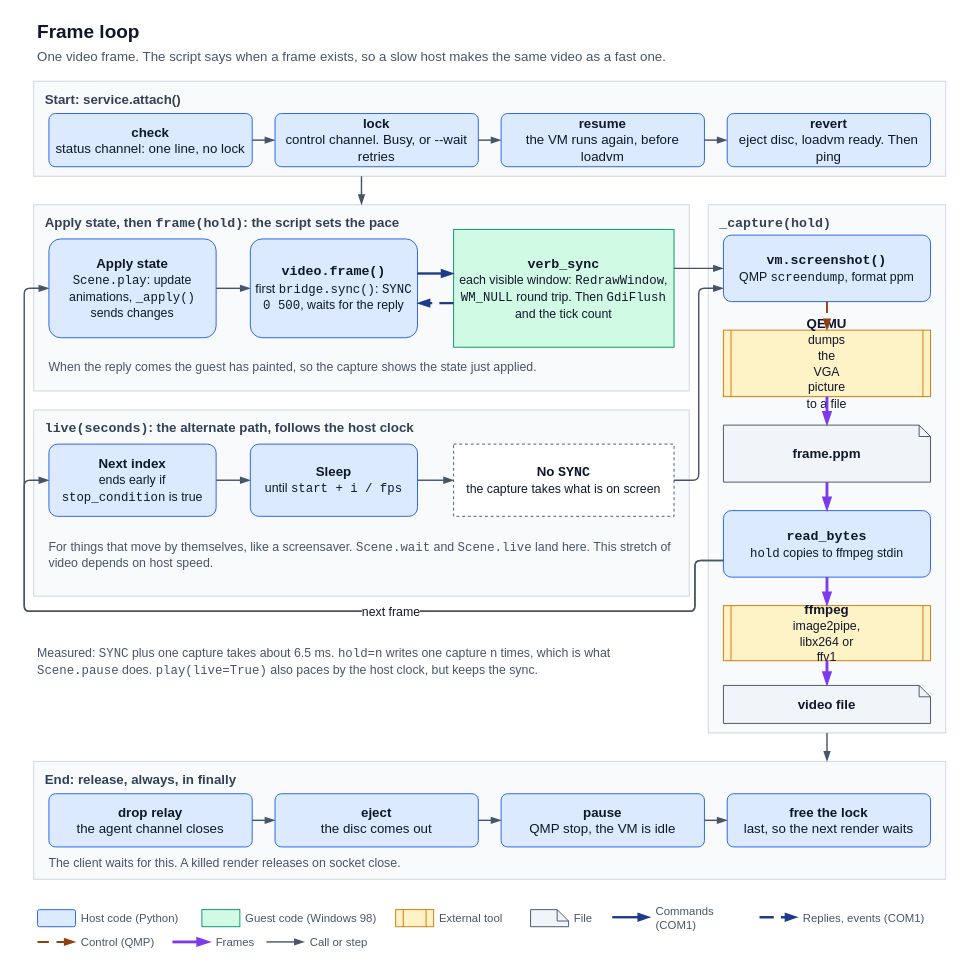
StanLukuvka/98artware keeps this draw.io diagram as docs/diagrams/frame-loop.drawio. Above is the earlier version. Source tidied: cells renumbered, new cells numbered last; positions are measured from the earlier drawing's top-left corner, leaving out a move shared by most shapes. Both pictures are drawn from the tidied source at 95%, with x=0, y=0 at pixel (24, 16).
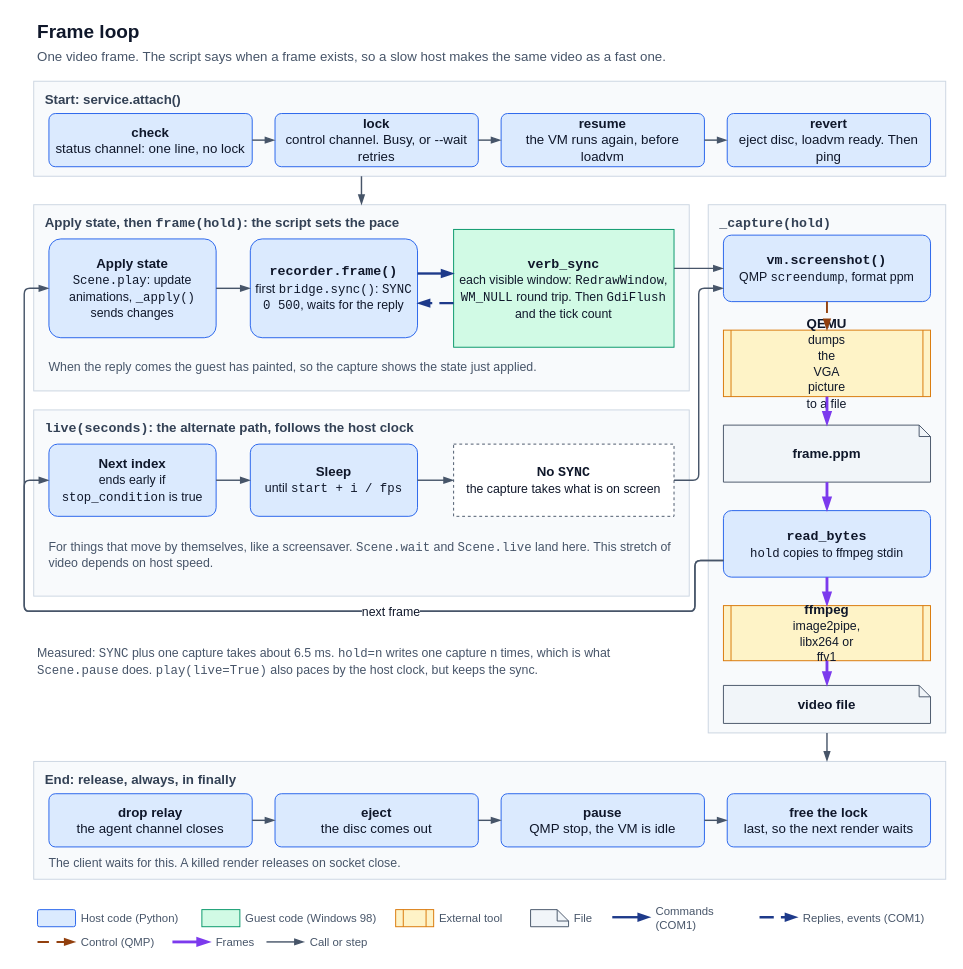
The same diagram, later.

The change refers to these unchanged cells:
```xml
<mxCell id="4" value="Apply state, then &lt;font face=&quot;Courier New&quot;&gt;frame(hold)&lt;/font&gt;: the script sets the pace" style="fillColor=#F8FAFC;strokeColor=#CBD5E1;fontColor=#334155;rounded=0;whiteSpace=wrap;html=1;fontFamily=Helvetica;fontSize=14;fontStyle=1;align=left;verticalAlign=top;spacingLeft=10;spacingTop=4;" parent="1" vertex="1">
  <mxGeometry x="10" y="198" width="690" height="196" as="geometry" />
</mxCell>
```

What changed in the source:
```diff
@@
-    <mxCell id="6" value="&lt;b style=&quot;font-size:14px&quot;&gt;&lt;font face=&quot;Courier New&quot;&gt;video.frame()&lt;/font&gt;&lt;/b&gt;&lt;br&gt;&lt;span style=&quot;font-size:13px&quot;&gt;first &lt;font face=&quot;Courier New&quot;&gt;bridge.sync()&lt;/font&gt;: &lt;font face=&quot;Courier New&quot;&gt;SYNC 0 500&lt;/font&gt;, waits for the reply&lt;/span&gt;" style="rounded=1;arcSize=12;fillColor=#DBEAFE;strokeColor=#2563EB;whiteSpace=wrap;html=1;fontFamily=Helvetica;fontSize=14;fontColor=#0F172A;align=center;verticalAlign=middle;spacing=4;" parent="4" vertex="1">
+    <mxCell id="6" value="&lt;b style=&quot;font-size:14px&quot;&gt;&lt;font face=&quot;Courier New&quot;&gt;recorder.frame()&lt;/font&gt;&lt;/b&gt;&lt;br&gt;&lt;span style=&quot;font-size:13px&quot;&gt;first &lt;font face=&quot;Courier New&quot;&gt;bridge.sync()&lt;/font&gt;: &lt;font face=&quot;Courier New&quot;&gt;SYNC 0 500&lt;/font&gt;, waits for the reply&lt;/span&gt;" style="rounded=1;arcSize=12;fillColor=#DBEAFE;strokeColor=#2563EB;whiteSpace=wrap;html=1;fontFamily=Helvetica;fontSize=14;fontColor=#0F172A;align=center;verticalAlign=middle;spacing=4;" parent="4" vertex="1">
       <mxGeometry x="228" y="36" width="176" height="104" as="geometry" />
     </mxCell>
```
